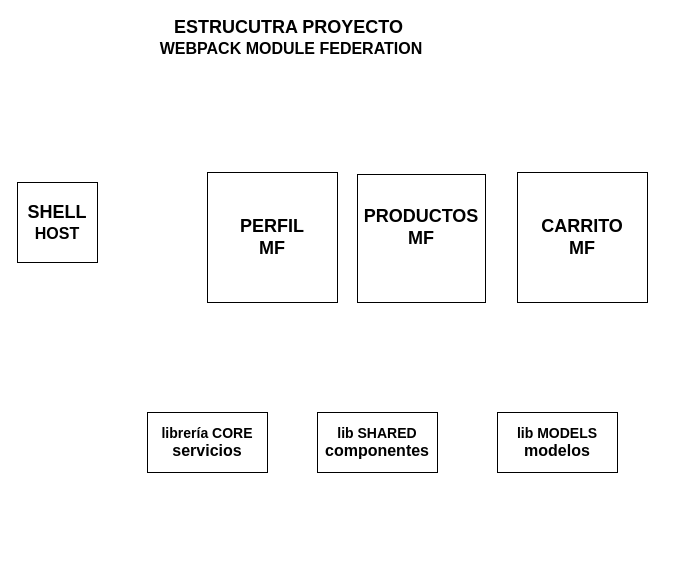
Above: teoria/ESQUEA WEBPACK MODULE FED.drawio in Valexx55/pruebad (draw.io), before the change. Source tidied: cells renumbered, new cells numbered last; positions are measured from the earlier drawing's top-left corner, leaving out a move shared by most shapes. Both pictures are drawn from the tidied source at 100%, with x=0, y=0 at pixel (17, 22).
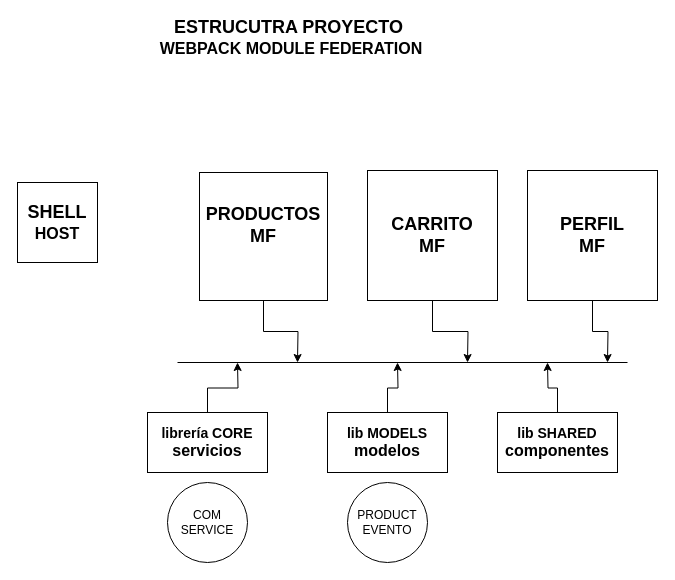
The same diagram, later.

The change refers to these unchanged cells:
```xml
<mxCell id="7" value="&lt;font style=&quot;font-size: 14px;&quot;&gt;&lt;b&gt;librería CORE&lt;/b&gt;&lt;/font&gt;&lt;div&gt;&lt;font size=&quot;3&quot;&gt;&lt;b&gt;servicios&lt;/b&gt;&lt;/font&gt;&lt;/div&gt;" style="rounded=0;whiteSpace=wrap;html=1;" parent="1" vertex="1">
  <mxGeometry x="130" y="390" width="120" height="60" as="geometry" />
</mxCell>
```

Diff of the diagram source:
```diff
@@
+    <mxCell id="10" style="edgeStyle=orthogonalEdgeStyle;rounded=0;jettySize=auto;html=1;" parent="1" edge="1" source="4">
+      <mxGeometry relative="1" as="geometry">
+        <mxPoint x="590" y="340" as="targetPoint" />
+      </mxGeometry>
+    </mxCell>
     <mxCell id="4" value="&lt;span style=&quot;font-size: 18px;&quot;&gt;&lt;b&gt;PERFIL&lt;/b&gt;&lt;/span&gt;&lt;div&gt;&lt;span style=&quot;font-size: 18px;&quot;&gt;&lt;b&gt;MF&lt;/b&gt;&lt;/span&gt;&lt;/div&gt;" style="whiteSpace=wrap;html=1;" parent="1" vertex="1">
-      <mxGeometry x="190" y="150" width="130" height="130" as="geometry" />
+      <mxGeometry x="510" y="148" width="130" height="130" as="geometry" />
     </mxCell>
+    <mxCell id="11" style="edgeStyle=orthogonalEdgeStyle;rounded=0;jettySize=auto;html=1;" parent="1" edge="1" source="5">
+      <mxGeometry relative="1" as="geometry">
+        <mxPoint x="280" y="340" as="targetPoint" />
+      </mxGeometry>
+    </mxCell>
     <mxCell id="5" value="&lt;span style=&quot;font-size: 18px;&quot;&gt;&lt;b&gt;PRODUCTOS&lt;/b&gt;&lt;/span&gt;&lt;div&gt;&lt;span style=&quot;font-size: 18px;&quot;&gt;&lt;b&gt;MF&lt;br&gt;&lt;/b&gt;&lt;/span&gt;&lt;div&gt;&lt;span style=&quot;font-size: 18px;&quot;&gt;&lt;b&gt;&lt;br&gt;&lt;/b&gt;&lt;/span&gt;&lt;/div&gt;&lt;/div&gt;" style="whiteSpace=wrap;html=1;" parent="1" vertex="1">
-      <mxGeometry x="340" y="152" width="128" height="128" as="geometry" />
+      <mxGeometry x="182" y="150" width="128" height="128" as="geometry" />
     </mxCell>
+    <mxCell id="12" style="edgeStyle=orthogonalEdgeStyle;rounded=0;jettySize=auto;html=1;" parent="1" edge="1" source="6">
+      <mxGeometry relative="1" as="geometry">
+        <mxPoint x="450" y="340" as="targetPoint" />
+      </mxGeometry>
+    </mxCell>
     <mxCell id="6" value="&lt;span style=&quot;font-size: 18px;&quot;&gt;&lt;b&gt;CARRITO&lt;/b&gt;&lt;/span&gt;&lt;div&gt;&lt;span style=&quot;font-size: 18px;&quot;&gt;&lt;b&gt;MF&lt;/b&gt;&lt;/span&gt;&lt;/div&gt;" style="whiteSpace=wrap;html=1;" parent="1" vertex="1">
-      <mxGeometry x="500" y="150" width="130" height="130" as="geometry" />
+      <mxGeometry x="350" y="148" width="130" height="130" as="geometry" />
     </mxCell>
+    <mxCell id="13" style="edgeStyle=orthogonalEdgeStyle;rounded=0;jettySize=auto;html=1;" parent="1" edge="1" source="7">
+      <mxGeometry relative="1" as="geometry">
+        <mxPoint x="220" y="340" as="targetPoint" />
+      </mxGeometry>
+    </mxCell>
@@
+    <mxCell id="14" style="edgeStyle=orthogonalEdgeStyle;rounded=0;jettySize=auto;html=1;" parent="1" edge="1" source="8">
+      <mxGeometry relative="1" as="geometry">
+        <mxPoint x="530" y="340" as="targetPoint" />
+      </mxGeometry>
+    </mxCell>
     <mxCell id="8" value="&lt;font style=&quot;font-size: 14px;&quot;&gt;&lt;b&gt;lib SHARED&lt;/b&gt;&lt;/font&gt;&lt;div&gt;&lt;font size=&quot;3&quot;&gt;&lt;b&gt;componentes&lt;/b&gt;&lt;/font&gt;&lt;/div&gt;" style="rounded=0;whiteSpace=wrap;html=1;" parent="1" vertex="1">
-      <mxGeometry x="300" y="390" width="120" height="60" as="geometry" />
+      <mxGeometry x="480" y="390" width="120" height="60" as="geometry" />
     </mxCell>
+    <mxCell id="15" style="edgeStyle=orthogonalEdgeStyle;rounded=0;jettySize=auto;html=1;" parent="1" edge="1" source="9">
+      <mxGeometry relative="1" as="geometry">
+        <mxPoint x="380" y="340" as="targetPoint" />
+      </mxGeometry>
+    </mxCell>
     <mxCell id="9" value="&lt;font style=&quot;font-size: 14px;&quot;&gt;&lt;b&gt;lib MODELS&lt;/b&gt;&lt;/font&gt;&lt;div&gt;&lt;font size=&quot;3&quot;&gt;&lt;b&gt;modelos&lt;/b&gt;&lt;/font&gt;&lt;/div&gt;" style="rounded=0;whiteSpace=wrap;html=1;" parent="1" vertex="1">
-      <mxGeometry x="480" y="390" width="120" height="60" as="geometry" />
+      <mxGeometry x="310" y="390" width="120" height="60" as="geometry" />
     </mxCell>
+    <mxCell id="16" value="COM&lt;div&gt;SERVICE&lt;/div&gt;" style="ellipse;whiteSpace=wrap;html=1;" parent="1" vertex="1">
+      <mxGeometry x="150" y="460" width="80" height="80" as="geometry" />
+    </mxCell>
+    <mxCell id="17" value="PRODUCT&lt;div&gt;EVENTO&lt;/div&gt;" style="ellipse;whiteSpace=wrap;html=1;" parent="1" vertex="1">
+      <mxGeometry x="330" y="460" width="80" height="80" as="geometry" />
+    </mxCell>
+    <mxCell id="18" style="endArrow=none;html=1;rounded=0;" parent="1" edge="1">
+      <mxGeometry relative="1" as="geometry">
+        <mxPoint x="160" y="340" as="sourcePoint" />
+        <mxPoint x="610" y="340" as="targetPoint" />
+      </mxGeometry>
+    </mxCell>
```
